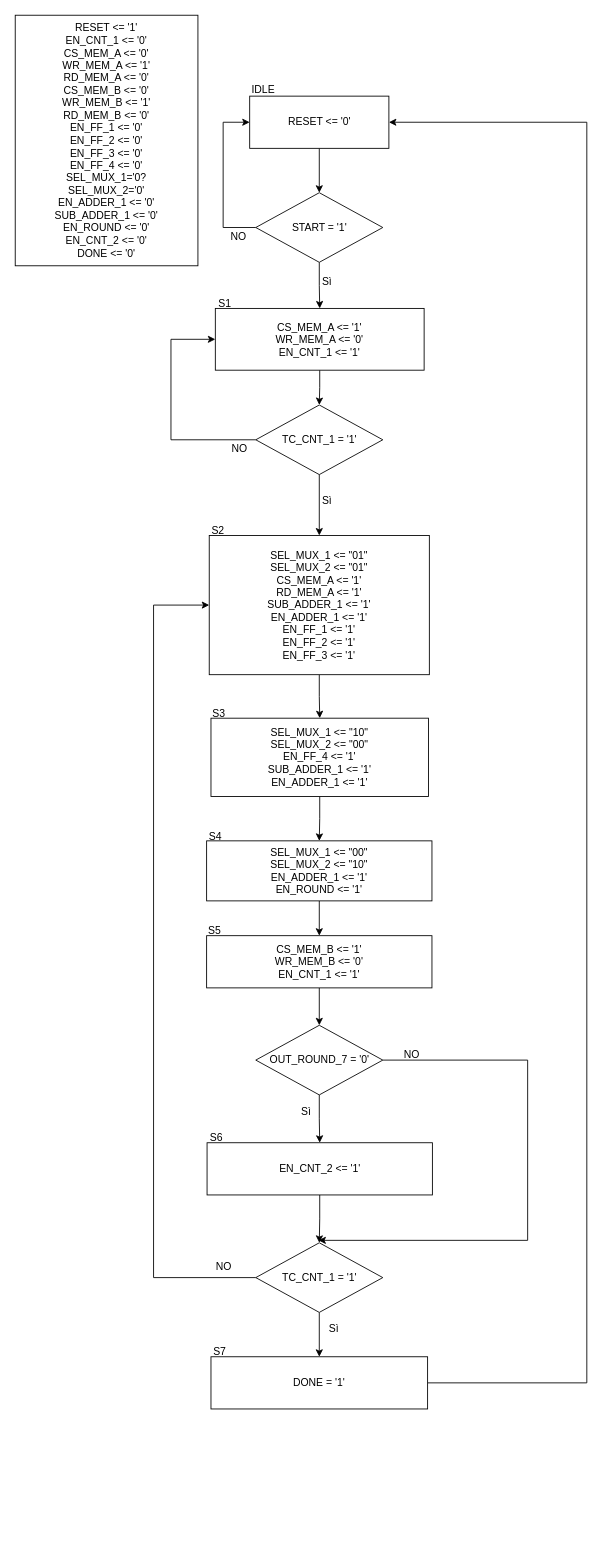
Earlier version of the draw.io diagram lab6/Control ASM.drawio (leobel96/Polito-ESD-NeuralNetwork). Source tidied: cells renumbered, new cells numbered last; positions are measured from the earlier drawing's top-left corner, leaving out a move shared by most shapes. Both pictures are drawn from the tidied source at 87%, with x=0, y=0 at pixel (15, 15).
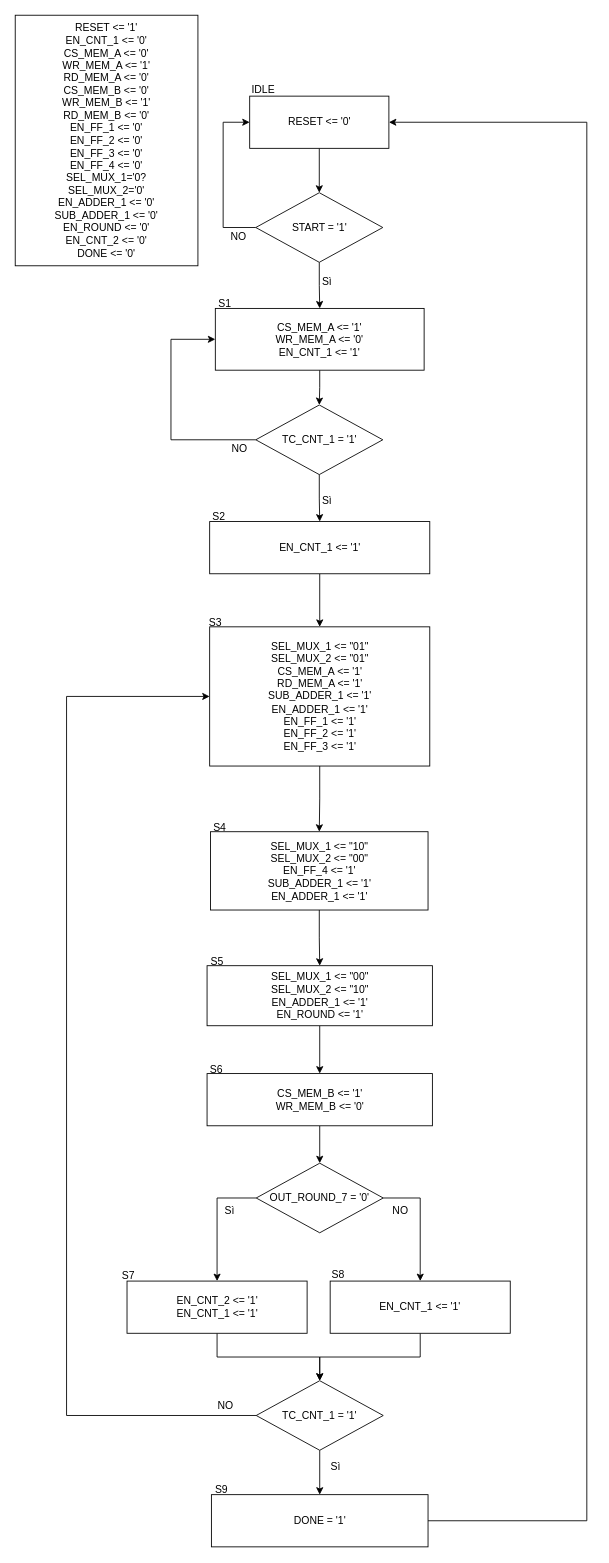
The same diagram, later.

The change refers to these unchanged cells:
```xml
<mxCell id="3" value="&lt;div&gt;RESET &amp;lt;= '0'&lt;/div&gt;" style="rounded=0;whiteSpace=wrap;html=1;" parent="1" vertex="1">
  <mxGeometry x="269.5" y="93" width="160" height="60" as="geometry" />
</mxCell>
<mxCell id="10" value="TC_CNT_1 = '1'" style="rhombus;whiteSpace=wrap;html=1;" parent="1" vertex="1">
  <mxGeometry x="276.5" y="448" width="146" height="80" as="geometry" />
</mxCell>
```

Diff of the diagram source:
```diff
@@
-    <mxCell id="8" style="edgeStyle=orthogonalEdgeStyle;rounded=0;jettySize=auto;html=1;exitX=0.5;exitY=1;exitDx=0;exitDy=0;entryX=0.5;entryY=0;entryDx=0;entryDy=0;" parent="1" edge="1" source="10" target="13">
-      <mxGeometry relative="1" as="geometry" />
-    </mxCell>
@@
+    <mxCell id="47" style="edgeStyle=orthogonalEdgeStyle;rounded=0;jettySize=auto;html=1;exitX=0.5;exitY=1;exitDx=0;exitDy=0;entryX=0.5;entryY=0;entryDx=0;entryDy=0;" parent="1" edge="1" source="10" target="53">
+      <mxGeometry relative="1" as="geometry" />
+    </mxCell>
@@
-    <mxCell id="12" style="edgeStyle=orthogonalEdgeStyle;rounded=0;jettySize=auto;html=1;" parent="1" edge="1" source="13" target="15">
-      <mxGeometry relative="1" as="geometry" />
-    </mxCell>
     <mxCell id="13" value="&lt;div&gt;SEL_MUX_1 &amp;lt;= &quot;01&quot;&lt;/div&gt;&lt;div&gt;SEL_MUX_2 &amp;lt;= &quot;01&quot;&lt;br&gt;&lt;/div&gt;&lt;div&gt;&lt;div&gt;CS_MEM_A &amp;lt;= '1'&lt;/div&gt;&lt;div&gt;RD_MEM_A &amp;lt;= '1'&lt;/div&gt;&lt;div&gt;SUB_ADDER_1 &amp;lt;= '1'&lt;br&gt;&lt;/div&gt;&lt;div&gt;EN_ADDER_1 &amp;lt;= '1'&lt;/div&gt;&lt;div&gt;&lt;div&gt;&lt;div&gt;&lt;div&gt;&lt;div&gt;&lt;div&gt;EN_FF_1 &amp;lt;= '1'&lt;/div&gt;&lt;/div&gt;EN_FF_2 &amp;lt;= '1'&lt;/div&gt;&lt;/div&gt;&lt;/div&gt;&lt;div&gt;EN_FF_3 &amp;lt;= '1'&lt;/div&gt;&lt;/div&gt;&lt;/div&gt;" style="rounded=0;whiteSpace=wrap;html=1;" parent="1" vertex="1">
-      <mxGeometry x="223" y="598" width="253" height="160" as="geometry" />
+      <mxGeometry x="223.5" y="703" width="253" height="160" as="geometry" />
     </mxCell>
@@
     <mxCell id="15" value="&lt;div&gt;SEL_MUX_1 &amp;lt;= &quot;10&quot;&lt;/div&gt;&lt;div&gt;SEL_MUX_2 &amp;lt;= &quot;00&quot;&lt;/div&gt;&lt;div&gt;EN_FF_4 &amp;lt;= '1'&lt;/div&gt;&lt;div&gt;&lt;div&gt;SUB_ADDER_1 &amp;lt;= '1'&lt;br&gt;&lt;/div&gt;&lt;div&gt;EN_ADDER_1 &amp;lt;= '1'&lt;/div&gt;&lt;/div&gt;" style="rounded=0;whiteSpace=wrap;html=1;" parent="1" vertex="1">
-      <mxGeometry x="225" y="808" width="250" height="90" as="geometry" />
+      <mxGeometry x="224.5" y="938.5" width="250" height="90" as="geometry" />
     </mxCell>
@@
     <mxCell id="17" value="&lt;div&gt;&lt;div&gt;&lt;div&gt;SEL_MUX_1 &amp;lt;= &quot;00&quot;&lt;/div&gt;&lt;div&gt;SEL_MUX_2 &amp;lt;= &quot;10&quot;&lt;/div&gt;&lt;/div&gt;&lt;div&gt;EN_ADDER_1 &amp;lt;= '1'&lt;/div&gt;&lt;/div&gt;&lt;div&gt;EN_ROUND &amp;lt;= '1'&lt;br&gt;&lt;/div&gt;" style="rounded=0;whiteSpace=wrap;html=1;" parent="1" vertex="1">
-      <mxGeometry x="220" y="949" width="259" height="69" as="geometry" />
+      <mxGeometry x="220.5" y="1092.5" width="259" height="69" as="geometry" />
     </mxCell>
@@
     <mxCell id="19" style="edgeStyle=orthogonalEdgeStyle;rounded=0;jettySize=auto;html=1;exitX=0;exitY=0.5;exitDx=0;exitDy=0;entryX=0;entryY=0.5;entryDx=0;entryDy=0;" parent="1" edge="1" source="21" target="13">
       <mxGeometry relative="1" as="geometry">
         <Array as="points">
-          <mxPoint x="159" y="1451" />
-          <mxPoint x="159" y="678" />
+          <mxPoint x="59" y="1610" />
+          <mxPoint x="59" y="783" />
         </Array>
       </mxGeometry>
     </mxCell>
@@
     <mxCell id="21" value="TC_CNT_1 = '1'" style="rhombus;whiteSpace=wrap;html=1;" parent="1" vertex="1">
-      <mxGeometry x="276.5" y="1411" width="146" height="80" as="geometry" />
+      <mxGeometry x="277" y="1569.5" width="146" height="80" as="geometry" />
     </mxCell>
     <mxCell id="22" value="NO" style="text;html=1;align=left;verticalAlign=top;spacingTop=-4;" parent="1" vertex="1">
-      <mxGeometry x="229" y="1429" width="30" height="20" as="geometry" />
+      <mxGeometry x="230.5" y="1587.5" width="30" height="20" as="geometry" />
     </mxCell>
     <mxCell id="23" value="Sì" style="text;html=1;align=left;verticalAlign=top;spacingTop=-4;" parent="1" vertex="1">
-      <mxGeometry x="359" y="1500" width="30" height="20" as="geometry" />
+      <mxGeometry x="360.5" y="1658.5" width="30" height="20" as="geometry" />
     </mxCell>
     <mxCell id="24" style="edgeStyle=orthogonalEdgeStyle;rounded=0;jettySize=auto;html=1;exitX=1;exitY=0.5;exitDx=0;exitDy=0;entryX=1;entryY=0.5;entryDx=0;entryDy=0;" parent="1" edge="1" source="25" target="3">
       <mxGeometry relative="1" as="geometry">
         <Array as="points">
-          <mxPoint x="657" y="1572" />
+          <mxPoint x="657" y="1731" />
           <mxPoint x="657" y="123" />
         </Array>
       </mxGeometry>
     </mxCell>
     <mxCell id="25" value="DONE = '1'" style="rounded=0;whiteSpace=wrap;html=1;" parent="1" vertex="1">
-      <mxGeometry x="225" y="1542" width="249" height="60" as="geometry" />
+      <mxGeometry x="225.5" y="1700.5" width="249" height="60" as="geometry" />
     </mxCell>
@@
-    <mxCell id="31" value="S2" style="text;html=1;align=left;verticalAlign=top;spacingTop=-4;" parent="1" vertex="1">
-      <mxGeometry x="223.5" y="583" width="30" height="20" as="geometry" />
+    <mxCell id="31" value="S3" style="text;html=1;align=left;verticalAlign=top;spacingTop=-4;" parent="1" vertex="1">
+      <mxGeometry x="221" y="688" width="30" height="20" as="geometry" />
     </mxCell>
-    <mxCell id="32" value="S3" style="text;html=1;align=left;verticalAlign=top;spacingTop=-4;" parent="1" vertex="1">
-      <mxGeometry x="224.5" y="793" width="30" height="20" as="geometry" />
+    <mxCell id="32" value="S4" style="text;html=1;align=left;verticalAlign=top;spacingTop=-4;" parent="1" vertex="1">
+      <mxGeometry x="226" y="923.5" width="30" height="20" as="geometry" />
     </mxCell>
-    <mxCell id="33" value="S4" style="text;html=1;align=left;verticalAlign=top;spacingTop=-4;" parent="1" vertex="1">
-      <mxGeometry x="221" y="934" width="30" height="20" as="geometry" />
+    <mxCell id="33" value="S5" style="text;html=1;align=left;verticalAlign=top;spacingTop=-4;" parent="1" vertex="1">
+      <mxGeometry x="222.5" y="1077.5" width="30" height="20" as="geometry" />
     </mxCell>
-    <mxCell id="34" style="edgeStyle=orthogonalEdgeStyle;rounded=0;jettySize=auto;html=1;" parent="1" edge="1" source="36" target="38">
+    <mxCell id="34" style="edgeStyle=orthogonalEdgeStyle;rounded=0;jettySize=auto;html=1;exitX=0;exitY=0.5;exitDx=0;exitDy=0;" parent="1" edge="1" source="36" target="38">
       <mxGeometry relative="1" as="geometry" />
     </mxCell>
-    <mxCell id="35" style="edgeStyle=orthogonalEdgeStyle;rounded=0;jettySize=auto;html=1;exitX=1;exitY=0.5;exitDx=0;exitDy=0;" parent="1" edge="1" source="36">
-      <mxGeometry relative="1" as="geometry">
-        <mxPoint x="348.5" y="1408.2" as="targetPoint" />
-        <Array as="points">
-          <mxPoint x="589" y="1201" />
-          <mxPoint x="589" y="1408" />
-        </Array>
-      </mxGeometry>
-    </mxCell>
+    <mxCell id="48" style="edgeStyle=orthogonalEdgeStyle;rounded=0;jettySize=auto;html=1;exitX=1;exitY=0.5;exitDx=0;exitDy=0;entryX=0.5;entryY=0;entryDx=0;entryDy=0;" parent="1" edge="1" source="36" target="50">
+      <mxGeometry relative="1" as="geometry" />
+    </mxCell>
     <mxCell id="36" value="OUT_ROUND_7 = '0'" style="rhombus;whiteSpace=wrap;html=1;" parent="1" vertex="1">
-      <mxGeometry x="276.5" y="1161" width="146" height="80" as="geometry" />
+      <mxGeometry x="277" y="1319.5" width="146" height="80" as="geometry" />
     </mxCell>
@@
-    <mxCell id="38" value="EN_CNT_2 &amp;lt;= '1'" style="rounded=0;whiteSpace=wrap;html=1;" parent="1" vertex="1">
-      <mxGeometry x="220.5" y="1296" width="259" height="60" as="geometry" />
+    <mxCell id="38" value="&lt;div&gt;EN_CNT_2 &amp;lt;= '1'&lt;/div&gt;EN_CNT_1 &amp;lt;= '1'" style="rounded=0;whiteSpace=wrap;html=1;" parent="1" vertex="1">
+      <mxGeometry x="128.5" y="1455" width="207" height="60" as="geometry" />
     </mxCell>
     <mxCell id="39" value="Sì" style="text;html=1;align=left;verticalAlign=top;spacingTop=-4;" parent="1" vertex="1">
-      <mxGeometry x="327" y="1250.5" width="30" height="20" as="geometry" />
+      <mxGeometry x="238.5" y="1363.5" width="30" height="20" as="geometry" />
     </mxCell>
     <mxCell id="40" value="NO" style="text;html=1;align=left;verticalAlign=top;spacingTop=-4;" parent="1" vertex="1">
-      <mxGeometry x="444.5" y="1185" width="30" height="20" as="geometry" />
+      <mxGeometry x="431.5" y="1363.5" width="30" height="20" as="geometry" />
     </mxCell>
-    <mxCell id="41" value="S6" style="text;html=1;align=left;verticalAlign=top;spacingTop=-4;" parent="1" vertex="1">
-      <mxGeometry x="221.5" y="1280.5" width="30" height="20" as="geometry" />
+    <mxCell id="41" value="S7" style="text;html=1;align=left;verticalAlign=top;spacingTop=-4;" parent="1" vertex="1">
+      <mxGeometry x="121" y="1439" width="30" height="20" as="geometry" />
     </mxCell>
-    <mxCell id="42" value="S7" style="text;html=1;align=left;verticalAlign=top;spacingTop=-4;" parent="1" vertex="1">
-      <mxGeometry x="226" y="1526" width="30" height="20" as="geometry" />
+    <mxCell id="42" value="S9" style="text;html=1;align=left;verticalAlign=top;spacingTop=-4;" parent="1" vertex="1">
+      <mxGeometry x="227.5" y="1684.5" width="30" height="20" as="geometry" />
     </mxCell>
@@
-    <mxCell id="44" value="&lt;div&gt;CS_MEM_B &amp;lt;= '1'&lt;div&gt;WR_MEM_B &amp;lt;= '0'&lt;/div&gt;&lt;div&gt;&lt;div&gt;EN_CNT_1 &amp;lt;= '1'&lt;/div&gt;&lt;/div&gt;&lt;/div&gt;" style="rounded=0;whiteSpace=wrap;html=1;" parent="1" vertex="1">
-      <mxGeometry x="220" y="1058" width="259" height="60" as="geometry" />
+    <mxCell id="44" value="&lt;div&gt;CS_MEM_B &amp;lt;= '1'&lt;div&gt;WR_MEM_B &amp;lt;= '0'&lt;/div&gt;&lt;/div&gt;" style="rounded=0;whiteSpace=wrap;html=1;" parent="1" vertex="1">
+      <mxGeometry x="220.5" y="1216.5" width="259" height="60" as="geometry" />
     </mxCell>
-    <mxCell id="45" value="S5" style="text;html=1;align=left;verticalAlign=top;spacingTop=-4;" parent="1" vertex="1">
-      <mxGeometry x="220" y="1043" width="30" height="20" as="geometry" />
+    <mxCell id="45" value="S6" style="text;html=1;align=left;verticalAlign=top;spacingTop=-4;" parent="1" vertex="1">
+      <mxGeometry x="221.5" y="1201.5" width="30" height="20" as="geometry" />
     </mxCell>
@@
+    <mxCell id="12" style="edgeStyle=orthogonalEdgeStyle;rounded=0;jettySize=auto;html=1;exitX=0.5;exitY=1;exitDx=0;exitDy=0;entryX=0.5;entryY=0;entryDx=0;entryDy=0;" parent="1" edge="1" source="13" target="15">
+      <mxGeometry relative="1" as="geometry" />
+    </mxCell>
+    <mxCell id="49" style="edgeStyle=orthogonalEdgeStyle;rounded=0;jettySize=auto;html=1;exitX=0.5;exitY=1;exitDx=0;exitDy=0;entryX=0.5;entryY=0;entryDx=0;entryDy=0;" parent="1" edge="1" source="50" target="21">
+      <mxGeometry relative="1" as="geometry" />
+    </mxCell>
+    <mxCell id="50" value="EN_CNT_1 &amp;lt;= '1'" style="rounded=0;whiteSpace=wrap;html=1;" parent="1" vertex="1">
+      <mxGeometry x="362" y="1455" width="207" height="60" as="geometry" />
+    </mxCell>
+    <mxCell id="51" value="S8" style="text;html=1;align=left;verticalAlign=top;spacingTop=-4;" parent="1" vertex="1">
+      <mxGeometry x="362" y="1438" width="30" height="20" as="geometry" />
+    </mxCell>
+    <mxCell id="52" style="edgeStyle=orthogonalEdgeStyle;rounded=0;jettySize=auto;html=1;exitX=0.5;exitY=1;exitDx=0;exitDy=0;entryX=0.5;entryY=0;entryDx=0;entryDy=0;" parent="1" edge="1" source="53" target="13">
+      <mxGeometry relative="1" as="geometry" />
+    </mxCell>
+    <mxCell id="53" value="&lt;div&gt;&lt;div&gt;EN_CNT_1 &amp;lt;= '1'&lt;/div&gt;&lt;/div&gt;" style="rounded=0;whiteSpace=wrap;html=1;" parent="1" vertex="1">
+      <mxGeometry x="223.5" y="582" width="253" height="60" as="geometry" />
+    </mxCell>
+    <mxCell id="54" value="S2" style="text;html=1;align=left;verticalAlign=top;spacingTop=-4;" parent="1" vertex="1">
+      <mxGeometry x="225" y="567" width="30" height="20" as="geometry" />
+    </mxCell>
```
